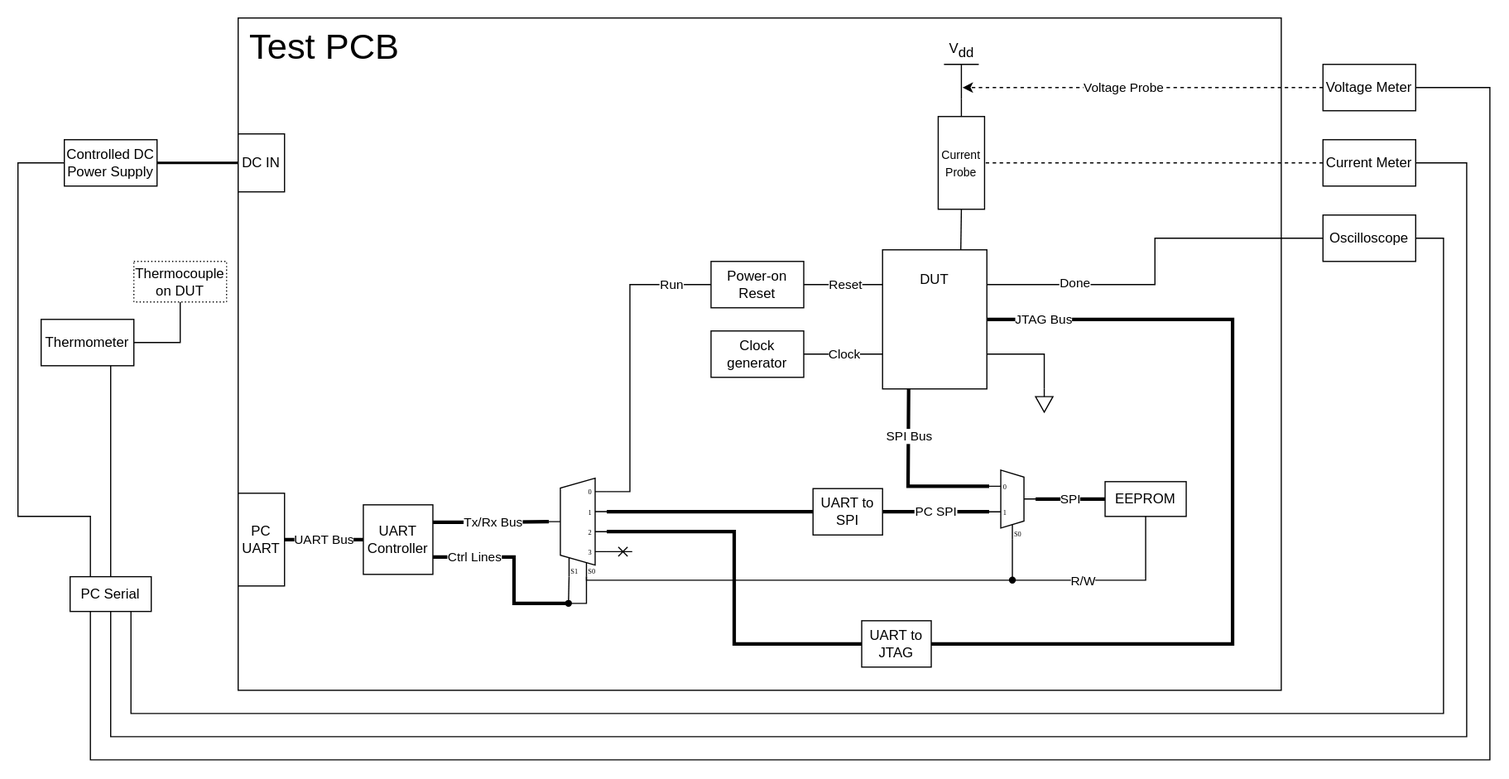
This is setup_schematic.svg from InonL/validation, a draw.io export, as it was before one commit. Source tidied: cells renumbered, new cells last; positions are measured from the earlier drawing's top-left corner, leaving out a move shared by most shapes.
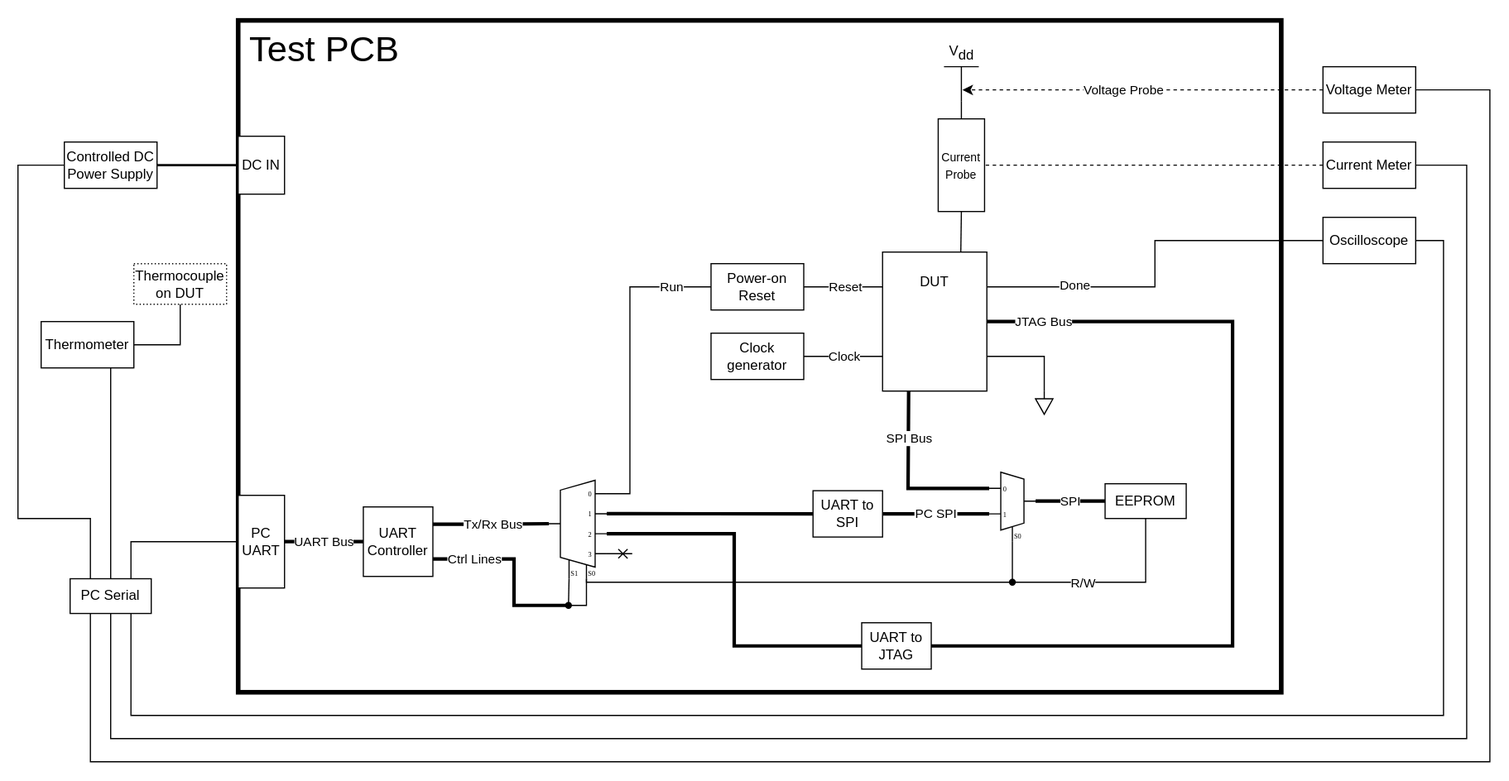
Later version of the same file.

Commit message:
schematic corrections

Diff of the diagram source:
```diff
@@ -2,7 +2,7 @@
   <root>
     <mxCell id="0" />
     <mxCell id="1" parent="0" />
-    <mxCell id="2" value="&lt;div style=&quot;font-size: 31px; padding-left: 8px;&quot;&gt;Test PCB&lt;/div&gt;&lt;div style=&quot;font-size: 31px;&quot;&gt;&lt;br style=&quot;font-size: 31px;&quot;&gt;&lt;/div&gt;" style="rounded=0;whiteSpace=wrap;html=1;verticalAlign=top;align=left;fontSize=31;" parent="1" vertex="1">
+    <mxCell id="2" value="&lt;div style=&quot;font-size: 31px; padding-left: 8px;&quot;&gt;Test PCB&lt;/div&gt;&lt;div style=&quot;font-size: 31px;&quot;&gt;&lt;br style=&quot;font-size: 31px;&quot;&gt;&lt;/div&gt;" style="rounded=0;whiteSpace=wrap;html=1;verticalAlign=top;align=left;fontSize=31;strokeWidth=4;perimeterSpacing=0;" parent="1" vertex="1">
       <mxGeometry x="190" width="900" height="580" as="geometry" />
     </mxCell>
     <mxCell id="3" style="shadow=0;dashed=0;align=center;html=1;strokeWidth=1;shape=mxgraph.electrical.abstract.mux2;whiteSpace=wrap;" parent="1" vertex="1">
@@ -260,6 +260,9 @@
     <mxCell id="60" style="edgeStyle=orthogonalEdgeStyle;rounded=0;jettySize=auto;html=1;exitX=0.5;exitY=0;exitDx=0;exitDy=0;entryX=0.75;entryY=1;entryDx=0;entryDy=0;endArrow=none;endFill=0;" parent="1" edge="1" source="61" target="55">
       <mxGeometry relative="1" as="geometry" />
     </mxCell>
+    <mxCell id="68" style="edgeStyle=orthogonalEdgeStyle;rounded=0;jettySize=auto;html=1;exitX=0.75;exitY=0;exitDx=0;exitDy=0;entryX=0;entryY=0.5;entryDx=0;entryDy=0;endArrow=none;endFill=0;" parent="1" edge="1" source="61" target="47">
+      <mxGeometry relative="1" as="geometry" />
+    </mxCell>
     <mxCell id="61" value="&lt;div&gt;PC Serial&lt;br&gt;&lt;/div&gt;" style="rounded=0;whiteSpace=wrap;html=1;" parent="1" vertex="1">
       <mxGeometry x="45" y="482" width="70" height="30" as="geometry" />
     </mxCell>
```
